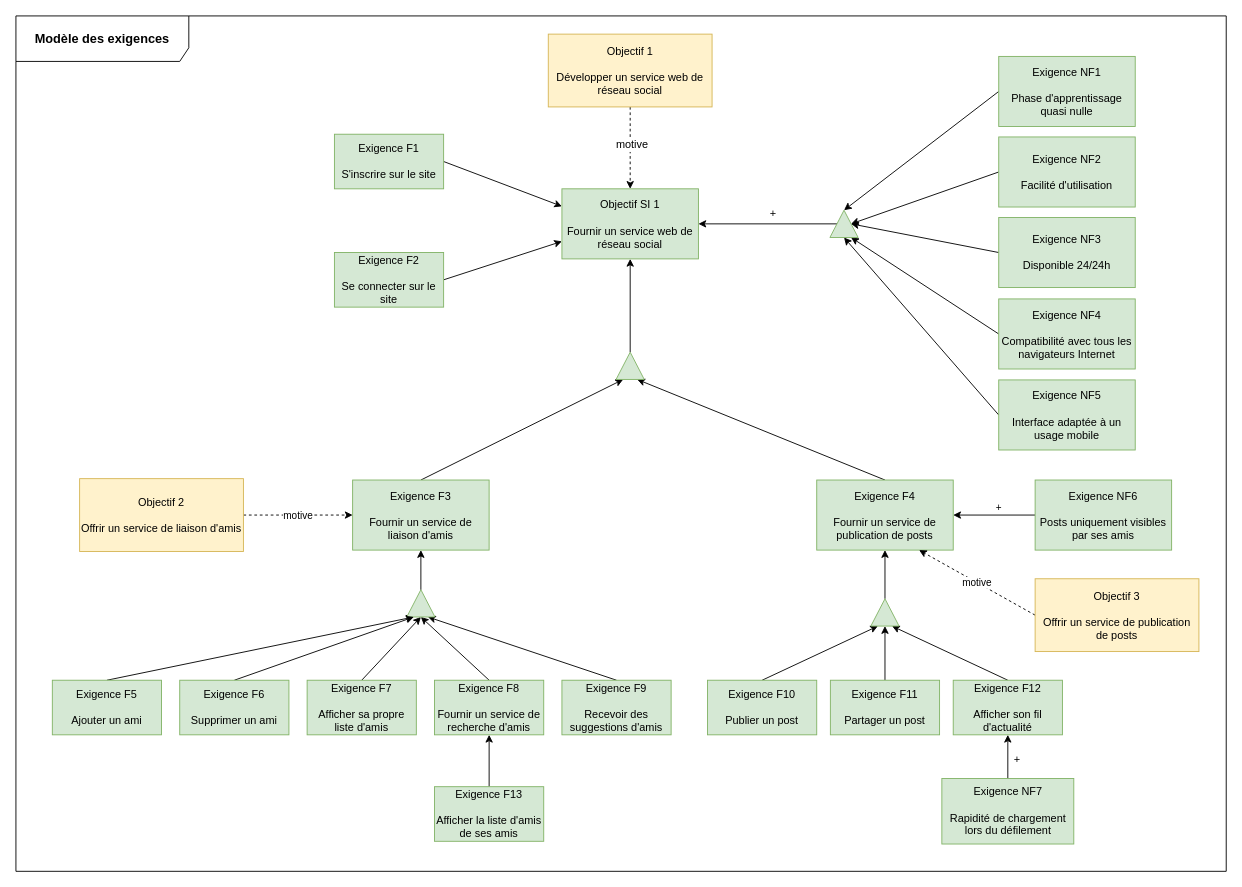
Earlier version of the draw.io diagram documentation/objectives-analysis/Exigences model.drawio (marcheimendinger/little-social-network). Source tidied: cells renumbered, new cells numbered last; positions are measured from the earlier drawing's top-left corner, leaving out a move shared by most shapes. Both pictures are drawn from the tidied source at 91%, with x=0, y=0 at pixel (15, 15).
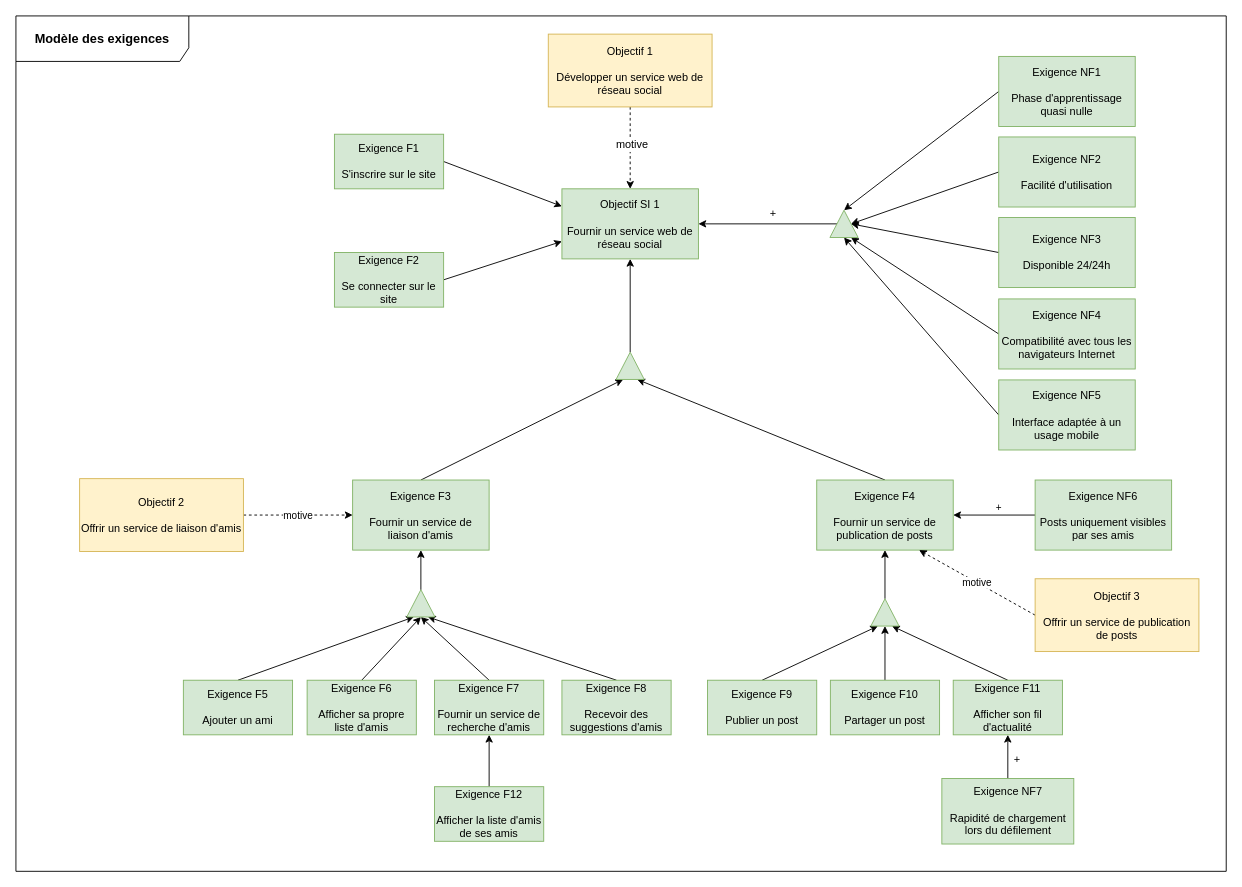
Above is the later version.

Unchanged cells that the change refers to:
```xml
<mxCell id="25" style="triangle;whiteSpace=wrap;html=1;rotation=-90;fillColor=#d5e8d4;strokeColor=#82b366;" parent="1" vertex="1">
  <mxGeometry x="430" y="630" width="30" height="31" as="geometry" />
</mxCell>
```

Change to the diagram source:
```diff
@@
+    <mxCell id="60" value="&lt;b&gt;&lt;font style=&quot;font-size: 14px&quot;&gt;Modèle des exigences&lt;/font&gt;&lt;/b&gt;" style="shape=umlFrame;whiteSpace=wrap;html=1;width=190;height=50;" parent="1" vertex="1">
+      <mxGeometry width="1330" height="940" as="geometry" />
+    </mxCell>
@@
     <mxCell id="5" value="Exigence F5&lt;br&gt;&lt;br&gt;Ajouter un ami&lt;br&gt;" style="rounded=0;whiteSpace=wrap;html=1;fillColor=#d5e8d4;strokeColor=#82b366;" parent="1" vertex="1">
-      <mxGeometry x="40" y="730" width="120" height="60" as="geometry" />
+      <mxGeometry x="184" y="730" width="120" height="60" as="geometry" />
     </mxCell>
@@
-    <mxCell id="7" value="Exigence F7&lt;br&gt;&lt;br&gt;Afficher sa propre liste d'amis&lt;br&gt;" style="rounded=0;whiteSpace=wrap;html=1;fillColor=#d5e8d4;strokeColor=#82b366;" parent="1" vertex="1">
+    <mxCell id="7" value="Exigence F6&lt;br&gt;&lt;br&gt;Afficher sa propre liste d'amis&lt;br&gt;" style="rounded=0;whiteSpace=wrap;html=1;fillColor=#d5e8d4;strokeColor=#82b366;" parent="1" vertex="1">
       <mxGeometry x="320" y="730" width="120" height="60" as="geometry" />
     </mxCell>
@@
-    <mxCell id="9" value="Exigence F8&lt;br&gt;&lt;br&gt;Fournir un service de recherche d'amis&lt;br&gt;" style="rounded=0;whiteSpace=wrap;html=1;fillColor=#d5e8d4;strokeColor=#82b366;" parent="1" vertex="1">
+    <mxCell id="9" value="Exigence F7&lt;br&gt;&lt;br&gt;Fournir un service de recherche d'amis&lt;br&gt;" style="rounded=0;whiteSpace=wrap;html=1;fillColor=#d5e8d4;strokeColor=#82b366;" parent="1" vertex="1">
       <mxGeometry x="460" y="730" width="120" height="60" as="geometry" />
     </mxCell>
@@
-    <mxCell id="11" value="Exigence F13&lt;br&gt;&lt;br&gt;Afficher la liste d'amis de ses amis&lt;br&gt;" style="rounded=0;whiteSpace=wrap;html=1;fillColor=#d5e8d4;strokeColor=#82b366;" parent="1" vertex="1">
+    <mxCell id="11" value="Exigence F12&lt;br&gt;&lt;br&gt;Afficher la liste d'amis de ses amis&lt;br&gt;" style="rounded=0;whiteSpace=wrap;html=1;fillColor=#d5e8d4;strokeColor=#82b366;" parent="1" vertex="1">
       <mxGeometry x="460" y="847" width="120" height="60" as="geometry" />
     </mxCell>
@@
-    <mxCell id="13" value="Exigence F9&lt;br&gt;&lt;br&gt;Recevoir des suggestions d'amis&lt;br&gt;" style="rounded=0;whiteSpace=wrap;html=1;fillColor=#d5e8d4;strokeColor=#82b366;" parent="1" vertex="1">
+    <mxCell id="13" value="Exigence F8&lt;br&gt;&lt;br&gt;Recevoir des suggestions d'amis&lt;br&gt;" style="rounded=0;whiteSpace=wrap;html=1;fillColor=#d5e8d4;strokeColor=#82b366;" parent="1" vertex="1">
       <mxGeometry x="600" y="730" width="120" height="60" as="geometry" />
     </mxCell>
@@
-    <mxCell id="15" value="Exigence F10&lt;br&gt;&lt;br&gt;Publier un post&lt;br&gt;" style="rounded=0;whiteSpace=wrap;html=1;fillColor=#d5e8d4;strokeColor=#82b366;" parent="1" vertex="1">
+    <mxCell id="15" value="Exigence F9&lt;br&gt;&lt;br&gt;Publier un post&lt;br&gt;" style="rounded=0;whiteSpace=wrap;html=1;fillColor=#d5e8d4;strokeColor=#82b366;" parent="1" vertex="1">
       <mxGeometry x="760" y="730" width="120" height="60" as="geometry" />
     </mxCell>
@@
-    <mxCell id="17" value="Exigence F12&lt;br&gt;&lt;br&gt;Afficher son fil d'actualité&lt;br&gt;" style="rounded=0;whiteSpace=wrap;html=1;fillColor=#d5e8d4;strokeColor=#82b366;" parent="1" vertex="1">
+    <mxCell id="17" value="Exigence F11&lt;br&gt;&lt;br&gt;Afficher son fil d'actualité&lt;br&gt;" style="rounded=0;whiteSpace=wrap;html=1;fillColor=#d5e8d4;strokeColor=#82b366;" parent="1" vertex="1">
       <mxGeometry x="1030" y="730" width="120" height="60" as="geometry" />
     </mxCell>
@@
-    <mxCell id="32" value="Exigence F11&lt;br&gt;&lt;br&gt;Partager un post&lt;br&gt;" style="rounded=0;whiteSpace=wrap;html=1;fillColor=#d5e8d4;strokeColor=#82b366;" parent="1" vertex="1">
+    <mxCell id="32" value="Exigence F10&lt;br&gt;&lt;br&gt;Partager un post&lt;br&gt;" style="rounded=0;whiteSpace=wrap;html=1;fillColor=#d5e8d4;strokeColor=#82b366;" parent="1" vertex="1">
       <mxGeometry x="895" y="730" width="120" height="60" as="geometry" />
     </mxCell>
@@
-    <mxCell id="51" style="edgeStyle=none;rounded=0;jettySize=auto;html=1;exitX=0.5;exitY=0;exitDx=0;exitDy=0;entryX=0;entryY=0.25;entryDx=0;entryDy=0;" parent="1" edge="1" source="52" target="25">
-      <mxGeometry relative="1" as="geometry" />
-    </mxCell>
-    <mxCell id="52" value="Exigence F6&lt;br&gt;&lt;br&gt;Supprimer un ami&lt;br&gt;" style="rounded=0;whiteSpace=wrap;html=1;fillColor=#d5e8d4;strokeColor=#82b366;" parent="1" vertex="1">
-      <mxGeometry x="180" y="730" width="120" height="60" as="geometry" />
-    </mxCell>
@@
-    <mxCell id="60" value="&lt;b&gt;&lt;font style=&quot;font-size: 14px&quot;&gt;Modèle des exigences&lt;/font&gt;&lt;/b&gt;" style="shape=umlFrame;whiteSpace=wrap;html=1;width=190;height=50;" parent="1" vertex="1">
-      <mxGeometry width="1330" height="940" as="geometry" />
-    </mxCell>
```
